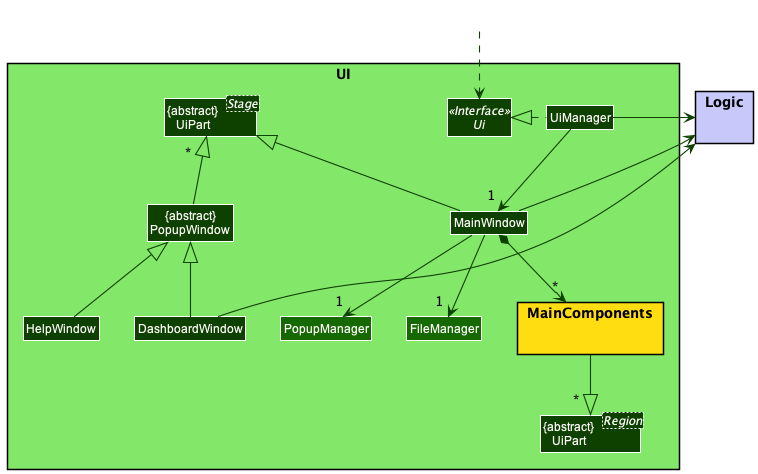
The PlantUML diagram docs/images/ui/UiClassDiagramOverview.png in nus-cs2103-AY2122S1/tp, before a commit. The source it was exported from:
```plantuml
@startuml
!include ../style.puml
skinparam arrowThickness 1.1
skinparam arrowColor UI_COLOR_T4
skinparam classBackgroundColor UI_COLOR_T4


package UI <<Rectangle>> UI_COLOR_T1 {
    Interface Ui <<Interface>>
    Class "{abstract}\nUiPart<Stage>" as UiPart UI_COLOR_T4
    Class "{abstract}\nUiPart<Region>" as UiPartRegion UI_COLOR_T4
    Class UiManager
    Class MainWindow
    Class "{abstract}\nPopupWindow" as PopupWindow
    Class HelpWindow
    Class DashboardWindow
    Class PopupManager UI_COLOR_T3
    Class FileManager UI_COLOR_T3
    package MainComponents YELLOW_COLOR {}
}

package Logic LOGIC_COLOR_T1 {}

Class HiddenOutside #FFFFFF
HiddenOutside ..> Ui

UiManager .left.|> Ui
UiManager -down-> "\t1" MainWindow
HelpWindow -up-|> PopupWindow
DashboardWindow -up-|> PopupWindow
MainWindow *-down-> "*" MainComponents
PopupWindow -up-|> "\t\t\t*" UiPart
MainComponents -down-|> "\t\t*" UiPartRegion
MainWindow -up-|> UiPart

UiManager -right-> Logic
MainWindow -up-> Logic
MainWindow -down-> "\t1" PopupManager
MainWindow -down-> "\t1" FileManager
DashboardWindow -up-> Logic

@enduml
```
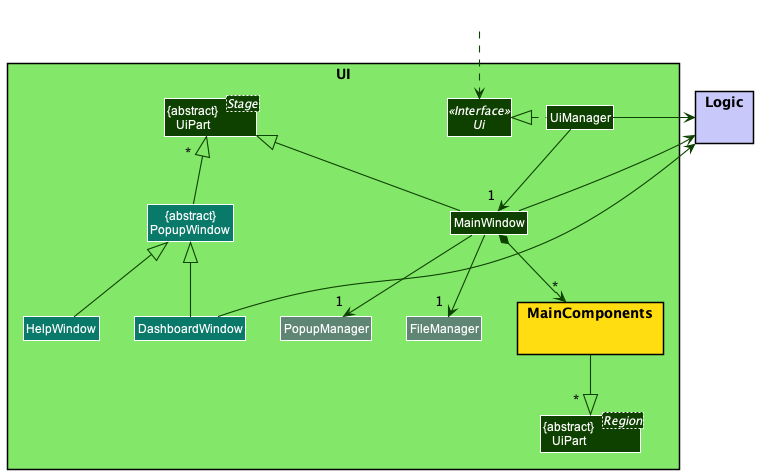
The same file after the commit.

The edit, as a diff of the source:
```diff
@@ -11,11 +11,11 @@
     Class "{abstract}\nUiPart<Region>" as UiPartRegion UI_COLOR_T4
     Class UiManager
     Class MainWindow
-    Class "{abstract}\nPopupWindow" as PopupWindow
-    Class HelpWindow
-    Class DashboardWindow
-    Class PopupManager UI_COLOR_T3
-    Class FileManager UI_COLOR_T3
+    Class "{abstract}\nPopupWindow" as PopupWindow UI_COLOR_WINDOW
+    Class HelpWindow UI_COLOR_WINDOW
+    Class DashboardWindow UI_COLOR_WINDOW
+    Class PopupManager UI_COLOR_MANAGER
+    Class FileManager UI_COLOR_MANAGER
     package MainComponents YELLOW_COLOR {}
 }
 
```
